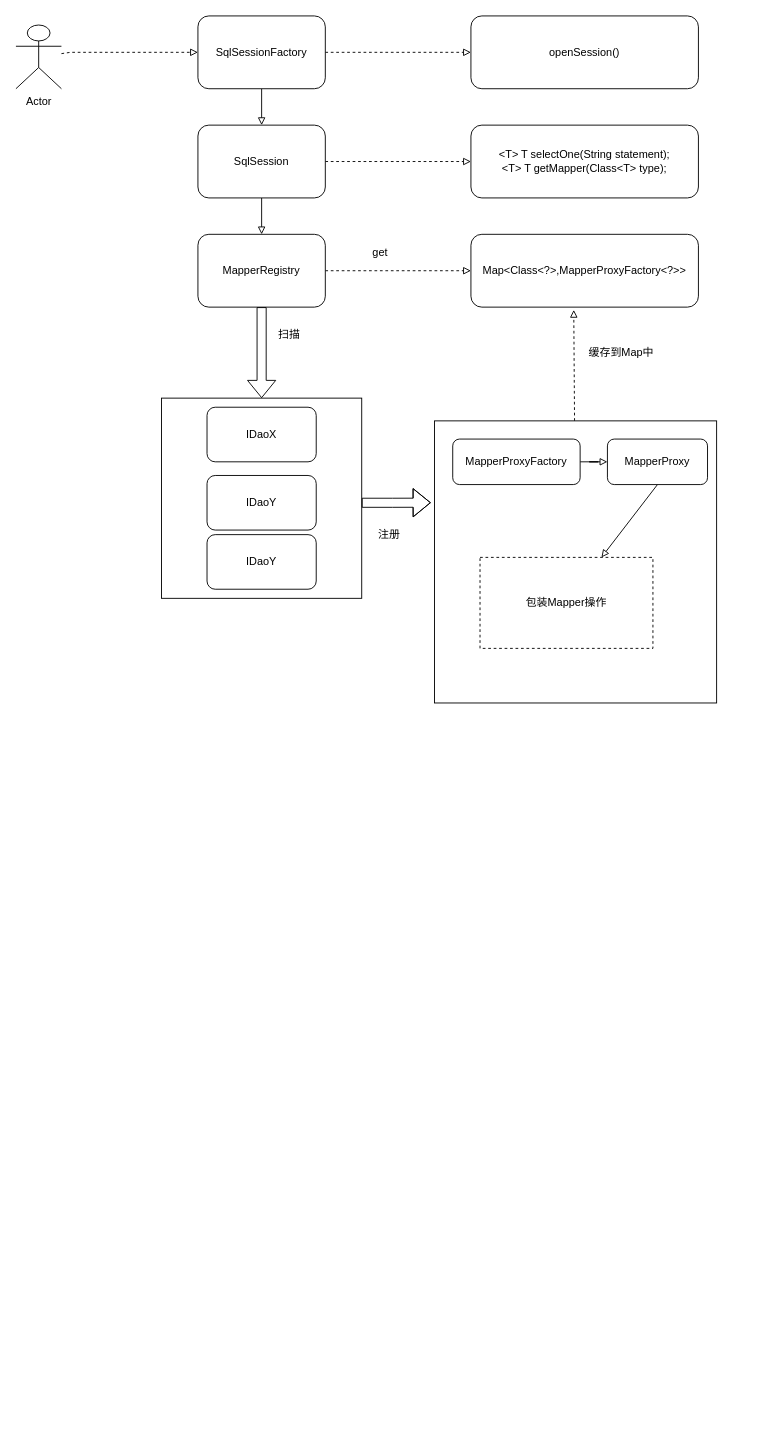
Above: 3.实现映射器的注册和使用.drawio in oat1314/mybatis-draw (draw.io), before the change. Source tidied: cells renumbered, new cells numbered last; positions are measured from the earlier drawing's top-left corner, leaving out a move shared by most shapes. Both pictures are drawn from the tidied source at 91%, with x=0, y=0 at pixel (15, 15).
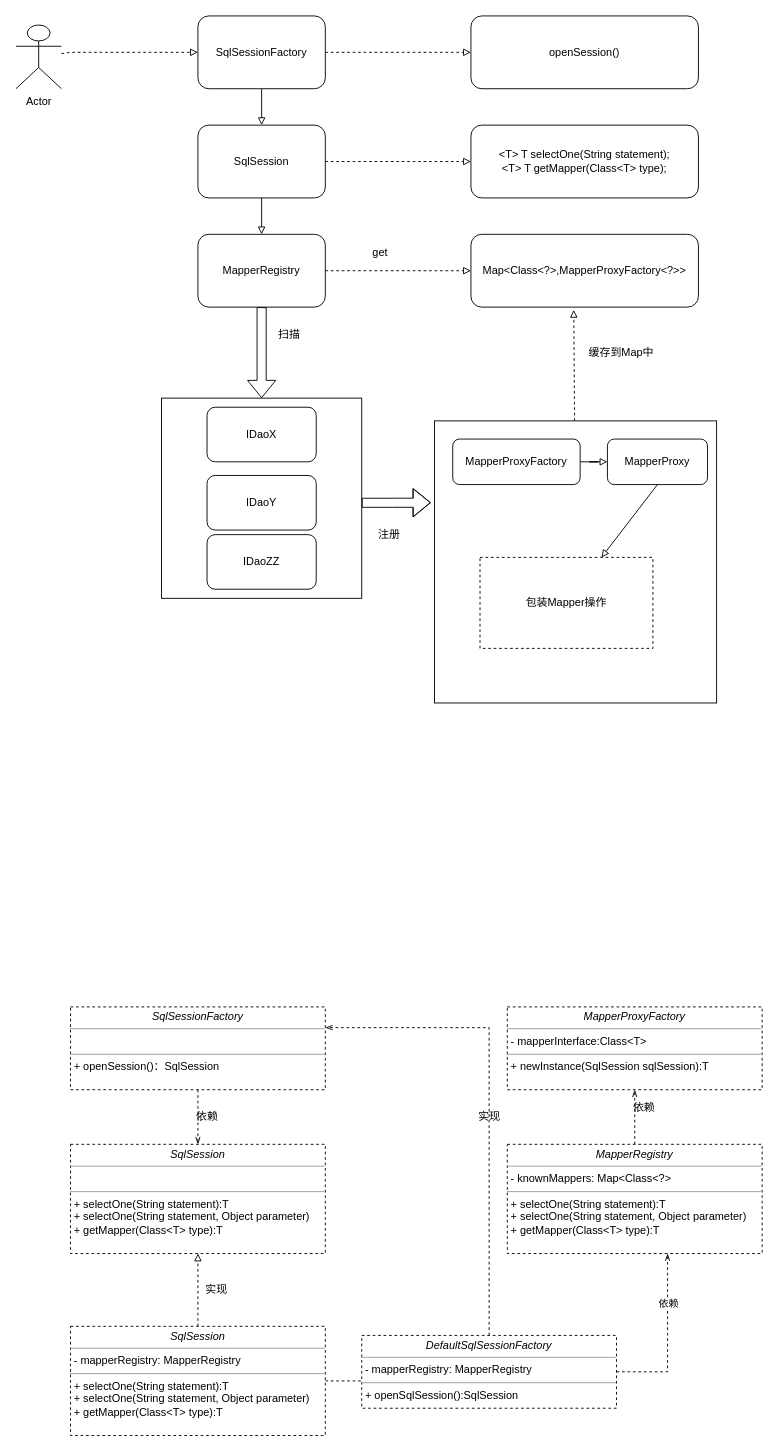
After the change.

Commit message:
更新3.实现映射器的注册和使用.drawio

What changed in the source:
```diff
@@
-    <mxCell id="18" value="IDaoY" style="rounded=1;whiteSpace=wrap;html=1;" parent="1" vertex="1">
+    <mxCell id="18" value="IDaoZZ" style="rounded=1;whiteSpace=wrap;html=1;" parent="1" vertex="1">
       <mxGeometry x="210" y="570" width="120" height="60" as="geometry" />
     </mxCell>
@@
+    <mxCell id="32" value="&lt;p style=&quot;margin:0px;margin-top:4px;text-align:center;&quot;&gt;&lt;i&gt;SqlSession&lt;/i&gt;&lt;/p&gt;&lt;hr size=&quot;1&quot;&gt;&lt;p style=&quot;margin:0px;margin-left:4px;&quot;&gt;&lt;br&gt;&lt;/p&gt;&lt;hr size=&quot;1&quot;&gt;&lt;p style=&quot;margin:0px;margin-left:4px;&quot;&gt;+ selectOne(String statement):T&lt;br&gt;+ selectOne(String statement, Object parameter)&lt;/p&gt;&lt;p style=&quot;margin:0px;margin-left:4px;&quot;&gt;+ getMapper(Class&amp;lt;T&amp;gt; type):T&lt;br&gt;&lt;/p&gt;" style="verticalAlign=top;align=left;overflow=fill;fontSize=12;fontFamily=Helvetica;html=1;dashed=1;" parent="1" vertex="1">
+      <mxGeometry x="60" y="1240" width="280" height="120" as="geometry" />
+    </mxCell>
+    <mxCell id="33" style="edgeStyle=orthogonalEdgeStyle;rounded=0;jettySize=auto;html=1;entryX=0.5;entryY=0;entryDx=0;entryDy=0;dashed=1;endArrow=openThin;endFill=0;" parent="1" edge="1" source="34" target="32">
+      <mxGeometry relative="1" as="geometry" />
+    </mxCell>
+    <mxCell id="34" value="&lt;p style=&quot;margin:0px;margin-top:4px;text-align:center;&quot;&gt;&lt;i&gt;SqlSessionFactory&lt;/i&gt;&lt;/p&gt;&lt;hr size=&quot;1&quot;&gt;&lt;p style=&quot;margin:0px;margin-left:4px;&quot;&gt;&lt;br&gt;&lt;/p&gt;&lt;hr size=&quot;1&quot;&gt;&lt;p style=&quot;margin:0px;margin-left:4px;&quot;&gt;+ openSession()：SqlSession&lt;/p&gt;" style="verticalAlign=top;align=left;overflow=fill;fontSize=12;fontFamily=Helvetica;html=1;dashed=1;" parent="1" vertex="1">
+      <mxGeometry x="60" y="1089" width="280" height="91" as="geometry" />
+    </mxCell>
+    <mxCell id="35" style="edgeStyle=orthogonalEdgeStyle;rounded=0;jettySize=auto;html=1;entryX=0.5;entryY=1;entryDx=0;entryDy=0;dashed=1;endArrow=block;endFill=0;" parent="1" edge="1" source="37" target="32">
+      <mxGeometry relative="1" as="geometry" />
+    </mxCell>
+    <mxCell id="36" style="edgeStyle=orthogonalEdgeStyle;rounded=0;jettySize=auto;html=1;entryX=0;entryY=0.625;entryDx=0;entryDy=0;entryPerimeter=0;dashed=1;endArrow=none;endFill=0;" parent="1" edge="1" source="37" target="44">
+      <mxGeometry relative="1" as="geometry" />
+    </mxCell>
+    <mxCell id="37" value="&lt;p style=&quot;margin:0px;margin-top:4px;text-align:center;&quot;&gt;&lt;i&gt;SqlSession&lt;/i&gt;&lt;/p&gt;&lt;hr size=&quot;1&quot;&gt;&lt;p style=&quot;margin:0px;margin-left:4px;&quot;&gt;- mapperRegistry: MapperRegistry&lt;/p&gt;&lt;hr size=&quot;1&quot;&gt;&lt;p style=&quot;margin:0px;margin-left:4px;&quot;&gt;+ selectOne(String statement):T&lt;br&gt;+ selectOne(String statement, Object parameter)&lt;/p&gt;&lt;p style=&quot;margin:0px;margin-left:4px;&quot;&gt;+ getMapper(Class&amp;lt;T&amp;gt; type):T&lt;br&gt;&lt;/p&gt;" style="verticalAlign=top;align=left;overflow=fill;fontSize=12;fontFamily=Helvetica;html=1;dashed=1;" parent="1" vertex="1">
+      <mxGeometry x="60" y="1440" width="280" height="120" as="geometry" />
+    </mxCell>
+    <mxCell id="38" value="&lt;p style=&quot;margin:0px;margin-top:4px;text-align:center;&quot;&gt;&lt;i&gt;MapperProxyFactory&lt;/i&gt;&lt;/p&gt;&lt;hr size=&quot;1&quot;&gt;&lt;p style=&quot;margin:0px;margin-left:4px;&quot;&gt;- mapperInterface:Class&amp;lt;T&amp;gt;&lt;/p&gt;&lt;hr size=&quot;1&quot;&gt;&lt;p style=&quot;margin:0px;margin-left:4px;&quot;&gt;+ newInstance(SqlSession sqlSession):T&lt;/p&gt;" style="verticalAlign=top;align=left;overflow=fill;fontSize=12;fontFamily=Helvetica;html=1;dashed=1;" parent="1" vertex="1">
+      <mxGeometry x="540" y="1089" width="280" height="91" as="geometry" />
+    </mxCell>
+    <mxCell id="39" style="edgeStyle=orthogonalEdgeStyle;rounded=0;jettySize=auto;html=1;entryX=0.5;entryY=1;entryDx=0;entryDy=0;dashed=1;endArrow=openThin;endFill=0;" parent="1" edge="1" source="40" target="38">
+      <mxGeometry relative="1" as="geometry" />
+    </mxCell>
+    <mxCell id="40" value="&lt;p style=&quot;margin:0px;margin-top:4px;text-align:center;&quot;&gt;&lt;i&gt;MapperRegistry&lt;/i&gt;&lt;/p&gt;&lt;hr size=&quot;1&quot;&gt;&lt;p style=&quot;margin:0px;margin-left:4px;&quot;&gt;- knownMappers: Map&amp;lt;Class&amp;lt;?&amp;gt;&lt;/p&gt;&lt;hr size=&quot;1&quot;&gt;&lt;p style=&quot;margin:0px;margin-left:4px;&quot;&gt;+ selectOne(String statement):T&lt;br&gt;+ selectOne(String statement, Object parameter)&lt;/p&gt;&lt;p style=&quot;margin:0px;margin-left:4px;&quot;&gt;+ getMapper(Class&amp;lt;T&amp;gt; type):T&lt;br&gt;&lt;/p&gt;" style="verticalAlign=top;align=left;overflow=fill;fontSize=12;fontFamily=Helvetica;html=1;dashed=1;" parent="1" vertex="1">
+      <mxGeometry x="540" y="1240" width="280" height="120" as="geometry" />
+    </mxCell>
+    <mxCell id="41" style="edgeStyle=orthogonalEdgeStyle;rounded=0;jettySize=auto;html=1;endArrow=openThin;endFill=0;entryX=1;entryY=0.25;entryDx=0;entryDy=0;dashed=1;" parent="1" edge="1" source="44" target="34">
+      <mxGeometry relative="1" as="geometry">
+        <Array as="points">
+          <mxPoint x="520" y="1112" />
+        </Array>
+      </mxGeometry>
+    </mxCell>
+    <mxCell id="42" style="edgeStyle=orthogonalEdgeStyle;rounded=0;jettySize=auto;html=1;entryX=0.629;entryY=1;entryDx=0;entryDy=0;entryPerimeter=0;dashed=1;endArrow=openThin;endFill=0;" parent="1" edge="1" source="44" target="40">
+      <mxGeometry relative="1" as="geometry">
+        <Array as="points">
+          <mxPoint x="716" y="1490" />
+        </Array>
+      </mxGeometry>
+    </mxCell>
+    <mxCell id="43" value="依赖" style="edgeLabel;html=1;align=center;verticalAlign=middle;" parent="42" vertex="1">
+      <mxGeometry x="0.42" relative="1" as="geometry" />
+    </mxCell>
+    <mxCell id="44" value="&lt;p style=&quot;margin:0px;margin-top:4px;text-align:center;&quot;&gt;&lt;i&gt;DefaultSqlSessionFactory&lt;/i&gt;&lt;/p&gt;&lt;hr size=&quot;1&quot;&gt;&lt;p style=&quot;margin:0px;margin-left:4px;&quot;&gt;- mapperRegistry: MapperRegistry&lt;/p&gt;&lt;hr size=&quot;1&quot;&gt;&lt;p style=&quot;margin:0px;margin-left:4px;&quot;&gt;+ openSqlSession():SqlSession&lt;/p&gt;" style="verticalAlign=top;align=left;overflow=fill;fontSize=12;fontFamily=Helvetica;html=1;dashed=1;" parent="1" vertex="1">
+      <mxGeometry x="380" y="1450" width="280" height="80" as="geometry" />
+    </mxCell>
+    <mxCell id="45" value="实现" style="text;html=1;align=center;verticalAlign=middle;strokeColor=none;fillColor=none;" parent="1" vertex="1">
+      <mxGeometry x="495" y="1195" width="50" height="30" as="geometry" />
+    </mxCell>
+    <mxCell id="46" value="依赖" style="text;html=1;align=center;verticalAlign=middle;strokeColor=none;fillColor=none;" parent="1" vertex="1">
+      <mxGeometry x="665" y="1185" width="50" height="30" as="geometry" />
+    </mxCell>
+    <mxCell id="47" value="依赖" style="text;html=1;align=center;verticalAlign=middle;strokeColor=none;fillColor=none;" parent="1" vertex="1">
+      <mxGeometry x="185" y="1195" width="50" height="30" as="geometry" />
+    </mxCell>
+    <mxCell id="48" value="实现" style="text;html=1;align=center;verticalAlign=middle;strokeColor=none;fillColor=none;" parent="1" vertex="1">
+      <mxGeometry x="195" y="1385" width="50" height="30" as="geometry" />
+    </mxCell>
```
